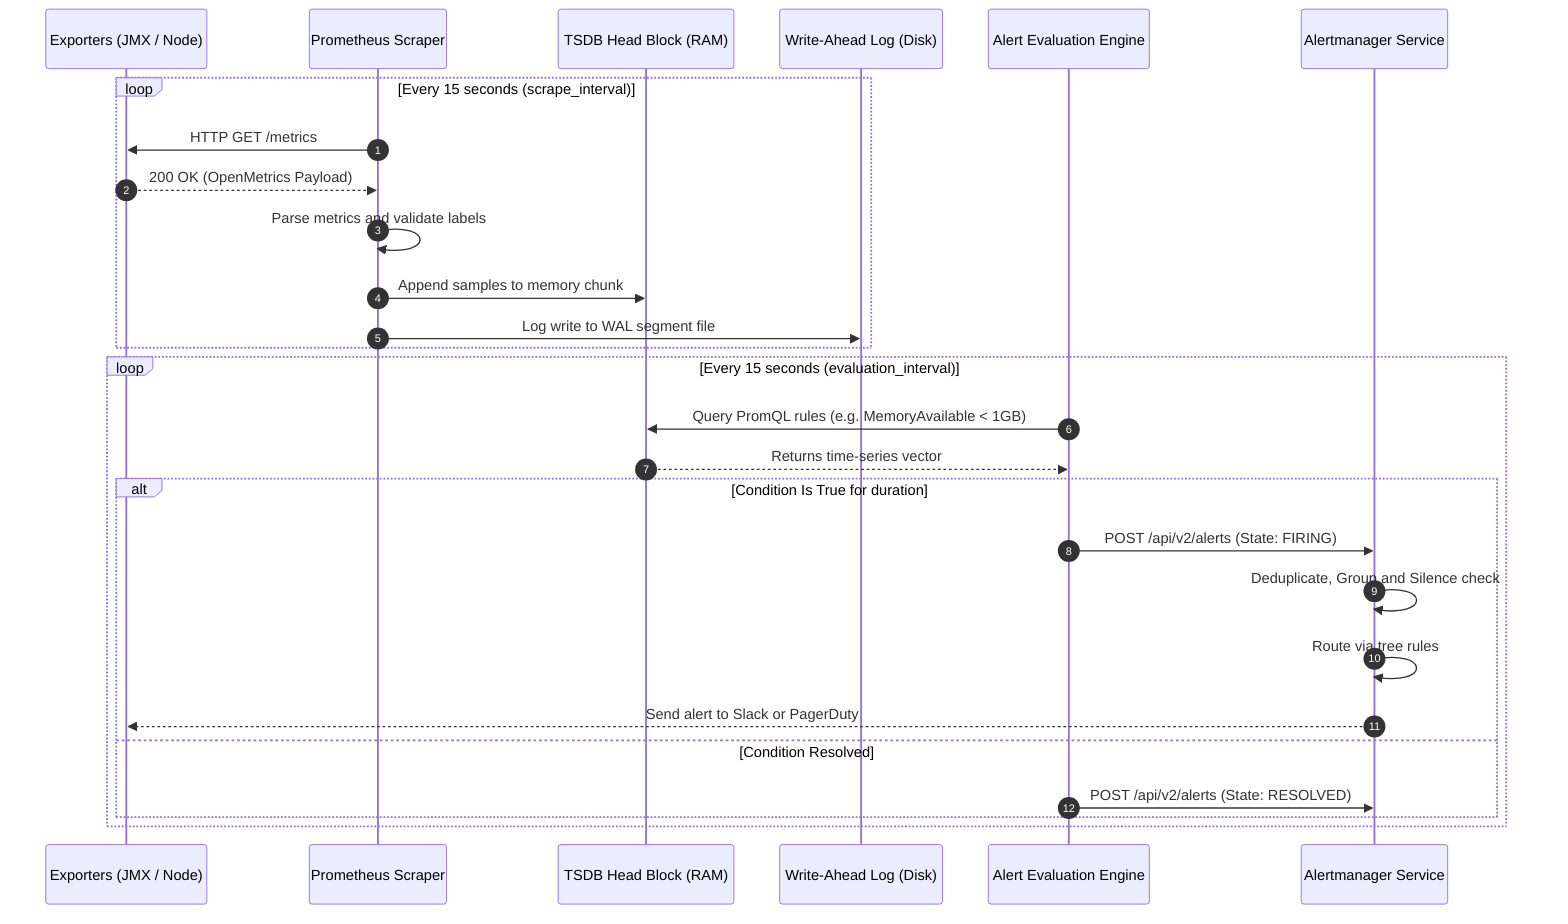
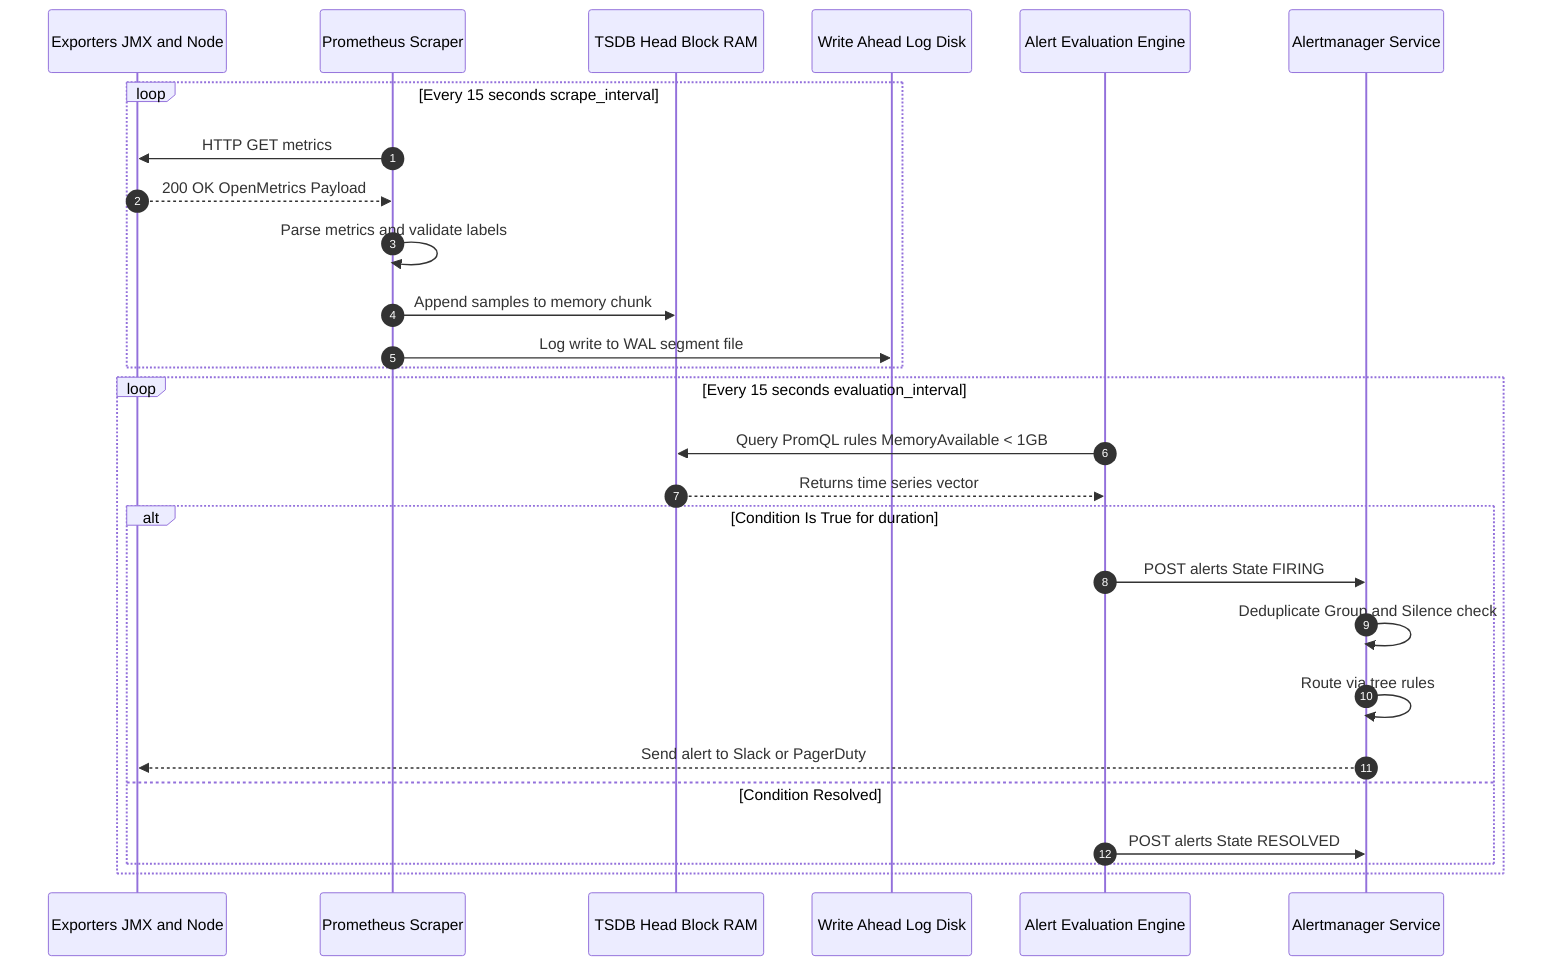
sequenceDiagram
    autonumber
-     participant Target as Exporters (JMX / Node)
+     participant Target as Exporters JMX and Node
    participant PromScraper as Prometheus Scraper
-     participant TSDBMem as TSDB Head Block (RAM)
-     participant WAL as Write-Ahead Log (Disk)
+     participant TSDBMem as TSDB Head Block RAM
+     participant WAL as Write Ahead Log Disk
    participant RuleEngine as Alert Evaluation Engine
    participant AlertMgr as Alertmanager Service

-     loop Every 15 seconds (scrape_interval)
-         PromScraper->>Target: HTTP GET /metrics
-         Target-->>PromScraper: 200 OK (OpenMetrics Payload)
+     loop Every 15 seconds scrape_interval
+         PromScraper->>Target: HTTP GET metrics
+         Target-->>PromScraper: 200 OK OpenMetrics Payload
        PromScraper->>PromScraper: Parse metrics and validate labels
        PromScraper->>TSDBMem: Append samples to memory chunk
        PromScraper->>WAL: Log write to WAL segment file
    end

-     loop Every 15 seconds (evaluation_interval)
-         RuleEngine->>TSDBMem: Query PromQL rules (e.g. MemoryAvailable < 1GB)
-         TSDBMem-->>RuleEngine: Returns time-series vector
+     loop Every 15 seconds evaluation_interval
+         RuleEngine->>TSDBMem: Query PromQL rules MemoryAvailable < 1GB
+         TSDBMem-->>RuleEngine: Returns time series vector
        alt Condition Is True for duration
-             RuleEngine->>AlertMgr: POST /api/v2/alerts (State: FIRING)
-             AlertMgr->>AlertMgr: Deduplicate, Group and Silence check
+             RuleEngine->>AlertMgr: POST alerts State FIRING
+             AlertMgr->>AlertMgr: Deduplicate Group and Silence check
            AlertMgr->>AlertMgr: Route via tree rules
            AlertMgr-->>Target: Send alert to Slack or PagerDuty
        else Condition Resolved
-             RuleEngine->>AlertMgr: POST /api/v2/alerts (State: RESOLVED)
+             RuleEngine->>AlertMgr: POST alerts State RESOLVED
        end
    end
